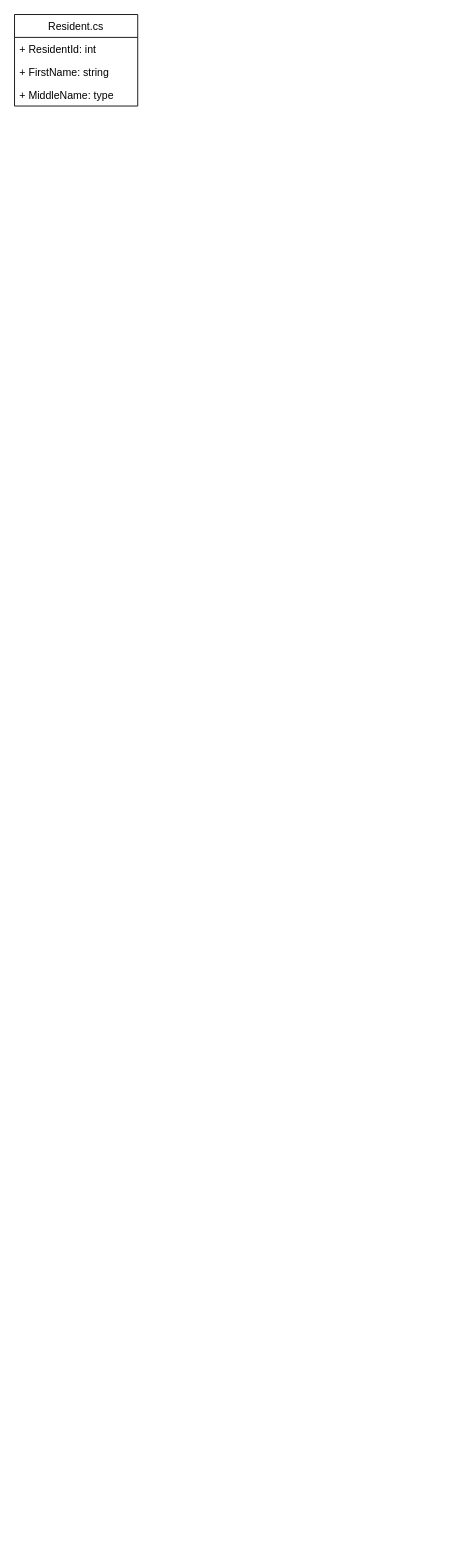
This is page "Class Diagram" (1 of 4) of BrgyProfileCore.drawio from patterueldev/BrgyProfileCore, a draw.io file, before an edit. Source tidied: cells renumbered, new cells numbered last; positions are measured from the earlier drawing's top-left corner, leaving out a move shared by most shapes. Both pictures are drawn from the tidied source at 88%, with x=0, y=0 at pixel (14, 14).
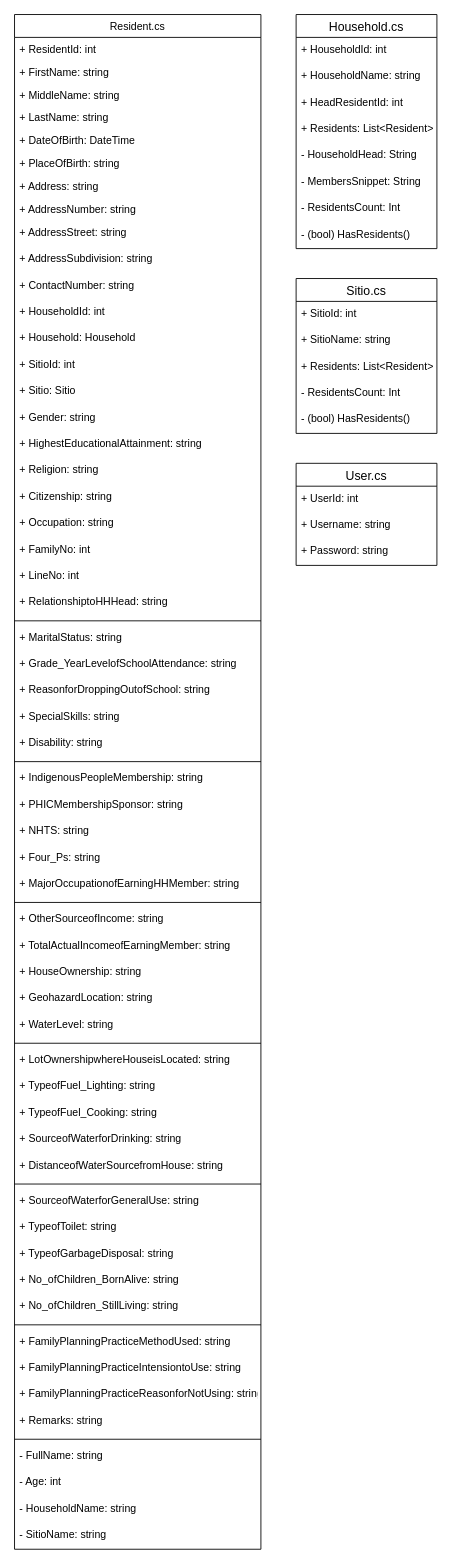
After the change.

Diff of the diagram source:
```diff
@@
     <mxCell id="2" value="Resident.cs" style="swimlane;fontStyle=0;horizontal=1;startSize=26;fillColor=none;" parent="1" vertex="1">
-      <mxGeometry width="140" height="104" as="geometry" />
+      <mxGeometry width="280" height="1744" as="geometry" />
     </mxCell>
     <mxCell id="3" value="+ ResidentId: int" style="text;strokeColor=none;fillColor=none;align=left;verticalAlign=top;spacingLeft=4;spacingRight=4;overflow=hidden;" parent="2" vertex="1">
-      <mxGeometry y="26" width="140" height="26" as="geometry" />
+      <mxGeometry y="26" width="280" height="26" as="geometry" />
     </mxCell>
     <mxCell id="4" value="+ FirstName: string" style="text;strokeColor=none;fillColor=none;align=left;verticalAlign=top;spacingLeft=4;spacingRight=4;overflow=hidden;" parent="2" vertex="1">
-      <mxGeometry y="52" width="140" height="26" as="geometry" />
+      <mxGeometry y="52" width="280" height="26" as="geometry" />
     </mxCell>
-    <mxCell id="5" value="+ MiddleName: type" style="text;strokeColor=none;fillColor=none;align=left;verticalAlign=top;spacingLeft=4;spacingRight=4;overflow=hidden;" parent="2" vertex="1">
-      <mxGeometry y="78" width="140" height="26" as="geometry" />
+    <mxCell id="5" value="+ MiddleName: string" style="text;strokeColor=none;fillColor=none;align=left;verticalAlign=top;spacingLeft=4;spacingRight=4;overflow=hidden;" parent="2" vertex="1">
+      <mxGeometry y="78" width="280" height="26" as="geometry" />
     </mxCell>
+    <mxCell id="6" value="+ LastName: string" style="text;strokeColor=none;fillColor=none;align=left;verticalAlign=top;spacingLeft=4;spacingRight=4;overflow=hidden;" parent="2" vertex="1">
+      <mxGeometry y="104" width="280" height="26" as="geometry" />
+    </mxCell>
+    <mxCell id="7" value="+ DateOfBirth: DateTime" style="text;strokeColor=none;fillColor=none;align=left;verticalAlign=top;spacingLeft=4;spacingRight=4;overflow=hidden;" parent="2" vertex="1">
+      <mxGeometry y="130" width="280" height="26" as="geometry" />
+    </mxCell>
+    <mxCell id="8" value="+ PlaceOfBirth: string" style="text;strokeColor=none;fillColor=none;align=left;verticalAlign=top;spacingLeft=4;spacingRight=4;overflow=hidden;" parent="2" vertex="1">
+      <mxGeometry y="156" width="280" height="26" as="geometry" />
+    </mxCell>
+    <mxCell id="9" value="+ Address: string" style="text;strokeColor=none;fillColor=none;align=left;verticalAlign=top;spacingLeft=4;spacingRight=4;overflow=hidden;" parent="2" vertex="1">
+      <mxGeometry y="182" width="280" height="26" as="geometry" />
+    </mxCell>
+    <mxCell id="10" value="+ AddressNumber: string" style="text;strokeColor=none;fillColor=none;align=left;verticalAlign=top;spacingLeft=4;spacingRight=4;overflow=hidden;" parent="2" vertex="1">
+      <mxGeometry y="208" width="280" height="26" as="geometry" />
+    </mxCell>
+    <mxCell id="11" value="+ AddressStreet: string" style="text;strokeColor=none;fillColor=none;spacingLeft=4;spacingRight=4;overflow=hidden;fontSize=12;" parent="2" vertex="1">
+      <mxGeometry y="234" width="280" height="30" as="geometry" />
+    </mxCell>
+    <mxCell id="12" value="+ AddressSubdivision: string" style="text;strokeColor=none;fillColor=none;spacingLeft=4;spacingRight=4;overflow=hidden;fontSize=12;" parent="2" vertex="1">
+      <mxGeometry y="264" width="280" height="30" as="geometry" />
+    </mxCell>
+    <mxCell id="13" value="+ ContactNumber: string" style="text;strokeColor=none;fillColor=none;spacingLeft=4;spacingRight=4;overflow=hidden;fontSize=12;" parent="2" vertex="1">
+      <mxGeometry y="294" width="280" height="30" as="geometry" />
+    </mxCell>
+    <mxCell id="14" value="+ HouseholdId: int" style="text;strokeColor=none;fillColor=none;spacingLeft=4;spacingRight=4;overflow=hidden;fontSize=12;" parent="2" vertex="1">
+      <mxGeometry y="324" width="280" height="30" as="geometry" />
+    </mxCell>
+    <mxCell id="15" value="+ Household: Household" style="text;strokeColor=none;fillColor=none;spacingLeft=4;spacingRight=4;overflow=hidden;fontSize=12;" parent="2" vertex="1">
+      <mxGeometry y="354" width="280" height="30" as="geometry" />
+    </mxCell>
+    <mxCell id="16" value="+ SitioId: int" style="text;strokeColor=none;fillColor=none;spacingLeft=4;spacingRight=4;overflow=hidden;fontSize=12;" parent="2" vertex="1">
+      <mxGeometry y="384" width="280" height="30" as="geometry" />
+    </mxCell>
+    <mxCell id="17" value="+ Sitio: Sitio" style="text;strokeColor=none;fillColor=none;spacingLeft=4;spacingRight=4;overflow=hidden;fontSize=12;" parent="2" vertex="1">
+      <mxGeometry y="414" width="280" height="30" as="geometry" />
+    </mxCell>
+    <mxCell id="18" value="+ Gender: string" style="text;strokeColor=none;fillColor=none;spacingLeft=4;spacingRight=4;overflow=hidden;fontSize=12;" parent="2" vertex="1">
+      <mxGeometry y="444" width="280" height="30" as="geometry" />
+    </mxCell>
+    <mxCell id="19" value="+ HighestEducationalAttainment: string" style="text;strokeColor=none;fillColor=none;spacingLeft=4;spacingRight=4;overflow=hidden;fontSize=12;" parent="2" vertex="1">
+      <mxGeometry y="474" width="280" height="30" as="geometry" />
+    </mxCell>
+    <mxCell id="20" value="+ Religion: string" style="text;strokeColor=none;fillColor=none;spacingLeft=4;spacingRight=4;overflow=hidden;fontSize=12;" parent="2" vertex="1">
+      <mxGeometry y="504" width="280" height="30" as="geometry" />
+    </mxCell>
+    <mxCell id="21" value="+ Citizenship: string" style="text;strokeColor=none;fillColor=none;spacingLeft=4;spacingRight=4;overflow=hidden;fontSize=12;" parent="2" vertex="1">
+      <mxGeometry y="534" width="280" height="30" as="geometry" />
+    </mxCell>
+    <mxCell id="22" value="+ Occupation: string" style="text;strokeColor=none;fillColor=none;spacingLeft=4;spacingRight=4;overflow=hidden;fontSize=12;" parent="2" vertex="1">
+      <mxGeometry y="564" width="280" height="30" as="geometry" />
+    </mxCell>
+    <mxCell id="23" value="+ FamilyNo: int" style="text;strokeColor=none;fillColor=none;spacingLeft=4;spacingRight=4;overflow=hidden;fontSize=12;" parent="2" vertex="1">
+      <mxGeometry y="594" width="280" height="30" as="geometry" />
+    </mxCell>
+    <mxCell id="24" value="+ LineNo: int" style="text;strokeColor=none;fillColor=none;spacingLeft=4;spacingRight=4;overflow=hidden;fontSize=12;" parent="2" vertex="1">
+      <mxGeometry y="624" width="280" height="30" as="geometry" />
+    </mxCell>
+    <mxCell id="25" value="+ RelationshiptoHHHead: string" style="text;strokeColor=none;fillColor=none;spacingLeft=4;spacingRight=4;overflow=hidden;fontSize=12;" parent="2" vertex="1">
+      <mxGeometry y="654" width="280" height="30" as="geometry" />
+    </mxCell>
+    <mxCell id="26" style="line;strokeWidth=1;dashed=0;labelPosition=right;align=left;verticalAlign=middle;spacingTop=0;spacingLeft=6;" parent="2" vertex="1">
+      <mxGeometry y="684" width="280" height="10" as="geometry" />
+    </mxCell>
+    <mxCell id="27" value="+ MaritalStatus: string" style="text;strokeColor=none;fillColor=none;spacingLeft=4;spacingRight=4;overflow=hidden;fontSize=12;" parent="2" vertex="1">
+      <mxGeometry y="694" width="280" height="30" as="geometry" />
+    </mxCell>
+    <mxCell id="28" value="+ Grade_YearLevelofSchoolAttendance: string" style="text;strokeColor=none;fillColor=none;spacingLeft=4;spacingRight=4;overflow=hidden;fontSize=12;" parent="2" vertex="1">
+      <mxGeometry y="724" width="280" height="30" as="geometry" />
+    </mxCell>
+    <mxCell id="29" value="+ ReasonforDroppingOutofSchool: string" style="text;strokeColor=none;fillColor=none;spacingLeft=4;spacingRight=4;overflow=hidden;fontSize=12;" parent="2" vertex="1">
+      <mxGeometry y="754" width="280" height="30" as="geometry" />
+    </mxCell>
+    <mxCell id="30" value="+ SpecialSkills: string" style="text;strokeColor=none;fillColor=none;spacingLeft=4;spacingRight=4;overflow=hidden;fontSize=12;" parent="2" vertex="1">
+      <mxGeometry y="784" width="280" height="30" as="geometry" />
+    </mxCell>
+    <mxCell id="31" value="+ Disability: string" style="text;strokeColor=none;fillColor=none;spacingLeft=4;spacingRight=4;overflow=hidden;fontSize=12;" parent="2" vertex="1">
+      <mxGeometry y="814" width="280" height="30" as="geometry" />
+    </mxCell>
+    <mxCell id="32" style="line;strokeWidth=1;dashed=0;labelPosition=right;align=left;verticalAlign=middle;spacingTop=0;spacingLeft=6;" parent="2" vertex="1">
+      <mxGeometry y="844" width="280" height="10" as="geometry" />
+    </mxCell>
+    <mxCell id="33" value="+ IndigenousPeopleMembership: string" style="text;strokeColor=none;fillColor=none;spacingLeft=4;spacingRight=4;overflow=hidden;fontSize=12;" parent="2" vertex="1">
+      <mxGeometry y="854" width="280" height="30" as="geometry" />
+    </mxCell>
+    <mxCell id="34" value="+ PHICMembershipSponsor: string" style="text;strokeColor=none;fillColor=none;spacingLeft=4;spacingRight=4;overflow=hidden;fontSize=12;" parent="2" vertex="1">
+      <mxGeometry y="884" width="280" height="30" as="geometry" />
+    </mxCell>
+    <mxCell id="35" value="+ NHTS: string" style="text;strokeColor=none;fillColor=none;spacingLeft=4;spacingRight=4;overflow=hidden;fontSize=12;" parent="2" vertex="1">
+      <mxGeometry y="914" width="280" height="30" as="geometry" />
+    </mxCell>
+    <mxCell id="36" value="+ Four_Ps: string" style="text;strokeColor=none;fillColor=none;spacingLeft=4;spacingRight=4;overflow=hidden;fontSize=12;" parent="2" vertex="1">
+      <mxGeometry y="944" width="280" height="30" as="geometry" />
+    </mxCell>
+    <mxCell id="37" value="+ MajorOccupationofEarningHHMember: string" style="text;strokeColor=none;fillColor=none;spacingLeft=4;spacingRight=4;overflow=hidden;fontSize=12;" parent="2" vertex="1">
+      <mxGeometry y="974" width="280" height="30" as="geometry" />
+    </mxCell>
+    <mxCell id="38" style="line;strokeWidth=1;dashed=0;labelPosition=right;align=left;verticalAlign=middle;spacingTop=0;spacingLeft=6;" parent="2" vertex="1">
+      <mxGeometry y="1004" width="280" height="10" as="geometry" />
+    </mxCell>
+    <mxCell id="39" value="+ OtherSourceofIncome: string" style="text;strokeColor=none;fillColor=none;spacingLeft=4;spacingRight=4;overflow=hidden;fontSize=12;" parent="2" vertex="1">
+      <mxGeometry y="1014" width="280" height="30" as="geometry" />
+    </mxCell>
+    <mxCell id="40" value="+ TotalActualIncomeofEarningMember: string" style="text;strokeColor=none;fillColor=none;spacingLeft=4;spacingRight=4;overflow=hidden;fontSize=12;" parent="2" vertex="1">
+      <mxGeometry y="1044" width="280" height="30" as="geometry" />
+    </mxCell>
+    <mxCell id="41" value="+ HouseOwnership: string" style="text;strokeColor=none;fillColor=none;spacingLeft=4;spacingRight=4;overflow=hidden;fontSize=12;" parent="2" vertex="1">
+      <mxGeometry y="1074" width="280" height="30" as="geometry" />
+    </mxCell>
+    <mxCell id="42" value="+ GeohazardLocation: string" style="text;strokeColor=none;fillColor=none;spacingLeft=4;spacingRight=4;overflow=hidden;fontSize=12;" parent="2" vertex="1">
+      <mxGeometry y="1104" width="280" height="30" as="geometry" />
+    </mxCell>
+    <mxCell id="43" value="+ WaterLevel: string" style="text;strokeColor=none;fillColor=none;spacingLeft=4;spacingRight=4;overflow=hidden;fontSize=12;" parent="2" vertex="1">
+      <mxGeometry y="1134" width="280" height="30" as="geometry" />
+    </mxCell>
+    <mxCell id="44" style="line;strokeWidth=1;dashed=0;labelPosition=right;align=left;verticalAlign=middle;spacingTop=0;spacingLeft=6;" parent="2" vertex="1">
+      <mxGeometry y="1164" width="280" height="10" as="geometry" />
+    </mxCell>
+    <mxCell id="45" value="+ LotOwnershipwhereHouseisLocated: string" style="text;strokeColor=none;fillColor=none;spacingLeft=4;spacingRight=4;overflow=hidden;fontSize=12;" parent="2" vertex="1">
+      <mxGeometry y="1174" width="280" height="30" as="geometry" />
+    </mxCell>
+    <mxCell id="46" value="+ TypeofFuel_Lighting: string" style="text;strokeColor=none;fillColor=none;spacingLeft=4;spacingRight=4;overflow=hidden;fontSize=12;" parent="2" vertex="1">
+      <mxGeometry y="1204" width="280" height="30" as="geometry" />
+    </mxCell>
+    <mxCell id="47" value="+ TypeofFuel_Cooking: string" style="text;strokeColor=none;fillColor=none;spacingLeft=4;spacingRight=4;overflow=hidden;fontSize=12;" parent="2" vertex="1">
+      <mxGeometry y="1234" width="280" height="30" as="geometry" />
+    </mxCell>
+    <mxCell id="48" value="+ SourceofWaterforDrinking: string" style="text;strokeColor=none;fillColor=none;spacingLeft=4;spacingRight=4;overflow=hidden;fontSize=12;" parent="2" vertex="1">
+      <mxGeometry y="1264" width="280" height="30" as="geometry" />
+    </mxCell>
+    <mxCell id="49" value="+ DistanceofWaterSourcefromHouse: string" style="text;strokeColor=none;fillColor=none;spacingLeft=4;spacingRight=4;overflow=hidden;fontSize=12;" parent="2" vertex="1">
+      <mxGeometry y="1294" width="280" height="30" as="geometry" />
+    </mxCell>
+    <mxCell id="50" style="line;strokeWidth=1;dashed=0;labelPosition=right;align=left;verticalAlign=middle;spacingTop=0;spacingLeft=6;" parent="2" vertex="1">
+      <mxGeometry y="1324" width="280" height="10" as="geometry" />
+    </mxCell>
+    <mxCell id="51" value="+ SourceofWaterforGeneralUse: string" style="text;strokeColor=none;fillColor=none;spacingLeft=4;spacingRight=4;overflow=hidden;fontSize=12;" parent="2" vertex="1">
+      <mxGeometry y="1334" width="280" height="30" as="geometry" />
+    </mxCell>
+    <mxCell id="52" value="+ TypeofToilet: string" style="text;strokeColor=none;fillColor=none;spacingLeft=4;spacingRight=4;overflow=hidden;fontSize=12;" parent="2" vertex="1">
+      <mxGeometry y="1364" width="280" height="30" as="geometry" />
+    </mxCell>
+    <mxCell id="53" value="+ TypeofGarbageDisposal: string" style="text;strokeColor=none;fillColor=none;spacingLeft=4;spacingRight=4;overflow=hidden;fontSize=12;" parent="2" vertex="1">
+      <mxGeometry y="1394" width="280" height="30" as="geometry" />
+    </mxCell>
+    <mxCell id="54" value="+ No_ofChildren_BornAlive: string" style="text;strokeColor=none;fillColor=none;spacingLeft=4;spacingRight=4;overflow=hidden;fontSize=12;" parent="2" vertex="1">
+      <mxGeometry y="1424" width="280" height="30" as="geometry" />
+    </mxCell>
+    <mxCell id="55" value="+ No_ofChildren_StillLiving: string" style="text;strokeColor=none;fillColor=none;spacingLeft=4;spacingRight=4;overflow=hidden;fontSize=12;" parent="2" vertex="1">
+      <mxGeometry y="1454" width="280" height="30" as="geometry" />
+    </mxCell>
+    <mxCell id="56" style="line;strokeWidth=1;dashed=0;labelPosition=right;align=left;verticalAlign=middle;spacingTop=0;spacingLeft=6;" parent="2" vertex="1">
+      <mxGeometry y="1484" width="280" height="10" as="geometry" />
+    </mxCell>
+    <mxCell id="57" value="+ FamilyPlanningPracticeMethodUsed: string" style="text;strokeColor=none;fillColor=none;spacingLeft=4;spacingRight=4;overflow=hidden;fontSize=12;" parent="2" vertex="1">
+      <mxGeometry y="1494" width="280" height="30" as="geometry" />
+    </mxCell>
+    <mxCell id="58" value="+ FamilyPlanningPracticeIntensiontoUse: string" style="text;strokeColor=none;fillColor=none;spacingLeft=4;spacingRight=4;overflow=hidden;fontSize=12;" parent="2" vertex="1">
+      <mxGeometry y="1524" width="280" height="30" as="geometry" />
+    </mxCell>
+    <mxCell id="59" value="+ FamilyPlanningPracticeReasonforNotUsing: string" style="text;strokeColor=none;fillColor=none;spacingLeft=4;spacingRight=4;overflow=hidden;fontSize=12;" parent="2" vertex="1">
+      <mxGeometry y="1554" width="280" height="30" as="geometry" />
+    </mxCell>
+    <mxCell id="60" value="+ Remarks: string" style="text;strokeColor=none;fillColor=none;spacingLeft=4;spacingRight=4;overflow=hidden;fontSize=12;" parent="2" vertex="1">
+      <mxGeometry y="1584" width="280" height="30" as="geometry" />
+    </mxCell>
+    <mxCell id="61" style="line;strokeWidth=1;dashed=0;labelPosition=right;align=left;verticalAlign=middle;spacingTop=0;spacingLeft=6;" parent="2" vertex="1">
+      <mxGeometry y="1614" width="280" height="10" as="geometry" />
+    </mxCell>
+    <mxCell id="62" value="- FullName: string" style="text;strokeColor=none;fillColor=none;spacingLeft=4;spacingRight=4;overflow=hidden;fontSize=12;" parent="2" vertex="1">
+      <mxGeometry y="1624" width="280" height="30" as="geometry" />
+    </mxCell>
+    <mxCell id="63" value="- Age: int" style="text;strokeColor=none;fillColor=none;spacingLeft=4;spacingRight=4;overflow=hidden;fontSize=12;" parent="2" vertex="1">
+      <mxGeometry y="1654" width="280" height="30" as="geometry" />
+    </mxCell>
+    <mxCell id="64" value="- HouseholdName: string" style="text;strokeColor=none;fillColor=none;spacingLeft=4;spacingRight=4;overflow=hidden;fontSize=12;" parent="2" vertex="1">
+      <mxGeometry y="1684" width="280" height="30" as="geometry" />
+    </mxCell>
+    <mxCell id="65" value="- SitioName: string" style="text;strokeColor=none;fillColor=none;spacingLeft=4;spacingRight=4;overflow=hidden;fontSize=12;" parent="2" vertex="1">
+      <mxGeometry y="1714" width="280" height="30" as="geometry" />
+    </mxCell>
+    <mxCell id="66" value="Household.cs" style="swimlane;fontStyle=0;horizontal=1;startSize=26;align=center;fontSize=14;" parent="1" vertex="1">
+      <mxGeometry x="320" width="160" height="266" as="geometry" />
+    </mxCell>
+    <mxCell id="67" value="+ HouseholdId: int" style="text;strokeColor=none;fillColor=none;spacingLeft=4;spacingRight=4;overflow=hidden;fontSize=12;" parent="66" vertex="1">
+      <mxGeometry y="26" width="160" height="30" as="geometry" />
+    </mxCell>
+    <mxCell id="68" value="+ HouseholdName: string" style="text;strokeColor=none;fillColor=none;spacingLeft=4;spacingRight=4;overflow=hidden;fontSize=12;" parent="66" vertex="1">
+      <mxGeometry y="56" width="160" height="30" as="geometry" />
+    </mxCell>
+    <mxCell id="69" value="+ HeadResidentId: int" style="text;strokeColor=none;fillColor=none;spacingLeft=4;spacingRight=4;overflow=hidden;fontSize=12;" parent="66" vertex="1">
+      <mxGeometry y="86" width="160" height="30" as="geometry" />
+    </mxCell>
+    <mxCell id="70" value="+ Residents: List&lt;Resident&gt;" style="text;strokeColor=none;fillColor=none;spacingLeft=4;spacingRight=4;overflow=hidden;fontSize=12;" parent="66" vertex="1">
+      <mxGeometry y="116" width="160" height="30" as="geometry" />
+    </mxCell>
+    <mxCell id="71" value="- HouseholdHead: String" style="text;strokeColor=none;fillColor=none;spacingLeft=4;spacingRight=4;overflow=hidden;fontSize=12;" parent="66" vertex="1">
+      <mxGeometry y="146" width="160" height="30" as="geometry" />
+    </mxCell>
+    <mxCell id="72" value="- MembersSnippet: String" style="text;strokeColor=none;fillColor=none;spacingLeft=4;spacingRight=4;overflow=hidden;fontSize=12;" parent="66" vertex="1">
+      <mxGeometry y="176" width="160" height="30" as="geometry" />
+    </mxCell>
+    <mxCell id="73" value="- ResidentsCount: Int" style="text;strokeColor=none;fillColor=none;spacingLeft=4;spacingRight=4;overflow=hidden;fontSize=12;" parent="66" vertex="1">
+      <mxGeometry y="206" width="160" height="30" as="geometry" />
+    </mxCell>
+    <mxCell id="74" value="- (bool) HasResidents()" style="text;strokeColor=none;fillColor=none;spacingLeft=4;spacingRight=4;overflow=hidden;fontSize=12;" parent="66" vertex="1">
+      <mxGeometry y="236" width="160" height="30" as="geometry" />
+    </mxCell>
+    <mxCell id="75" value="Sitio.cs" style="swimlane;fontStyle=0;horizontal=1;startSize=26;align=center;fontSize=14;" parent="1" vertex="1">
+      <mxGeometry x="320" y="300" width="160" height="176" as="geometry" />
+    </mxCell>
+    <mxCell id="76" value="+ SitioId: int" style="text;strokeColor=none;fillColor=none;spacingLeft=4;spacingRight=4;overflow=hidden;fontSize=12;" parent="75" vertex="1">
+      <mxGeometry y="26" width="160" height="30" as="geometry" />
+    </mxCell>
+    <mxCell id="77" value="+ SitioName: string" style="text;strokeColor=none;fillColor=none;spacingLeft=4;spacingRight=4;overflow=hidden;fontSize=12;" parent="75" vertex="1">
+      <mxGeometry y="56" width="160" height="30" as="geometry" />
+    </mxCell>
+    <mxCell id="78" value="+ Residents: List&lt;Resident&gt;" style="text;strokeColor=none;fillColor=none;spacingLeft=4;spacingRight=4;overflow=hidden;fontSize=12;" parent="75" vertex="1">
+      <mxGeometry y="86" width="160" height="30" as="geometry" />
+    </mxCell>
+    <mxCell id="79" value="- ResidentsCount: Int" style="text;strokeColor=none;fillColor=none;spacingLeft=4;spacingRight=4;overflow=hidden;fontSize=12;" parent="75" vertex="1">
+      <mxGeometry y="116" width="160" height="30" as="geometry" />
+    </mxCell>
+    <mxCell id="80" value="- (bool) HasResidents()" style="text;strokeColor=none;fillColor=none;spacingLeft=4;spacingRight=4;overflow=hidden;fontSize=12;" parent="75" vertex="1">
+      <mxGeometry y="146" width="160" height="30" as="geometry" />
+    </mxCell>
+    <mxCell id="81" value="User.cs" style="swimlane;fontStyle=0;horizontal=1;startSize=26;align=center;fontSize=14;" parent="1" vertex="1">
+      <mxGeometry x="320" y="510" width="160" height="116" as="geometry" />
+    </mxCell>
+    <mxCell id="82" value="+ UserId: int" style="text;strokeColor=none;fillColor=none;spacingLeft=4;spacingRight=4;overflow=hidden;fontSize=12;" parent="81" vertex="1">
+      <mxGeometry y="26" width="160" height="30" as="geometry" />
+    </mxCell>
+    <mxCell id="83" value="+ Username: string" style="text;strokeColor=none;fillColor=none;spacingLeft=4;spacingRight=4;overflow=hidden;fontSize=12;" parent="81" vertex="1">
+      <mxGeometry y="56" width="160" height="30" as="geometry" />
+    </mxCell>
+    <mxCell id="84" value="+ Password: string" style="text;strokeColor=none;fillColor=none;spacingLeft=4;spacingRight=4;overflow=hidden;fontSize=12;" parent="81" vertex="1">
+      <mxGeometry y="86" width="160" height="30" as="geometry" />
+    </mxCell>
```
